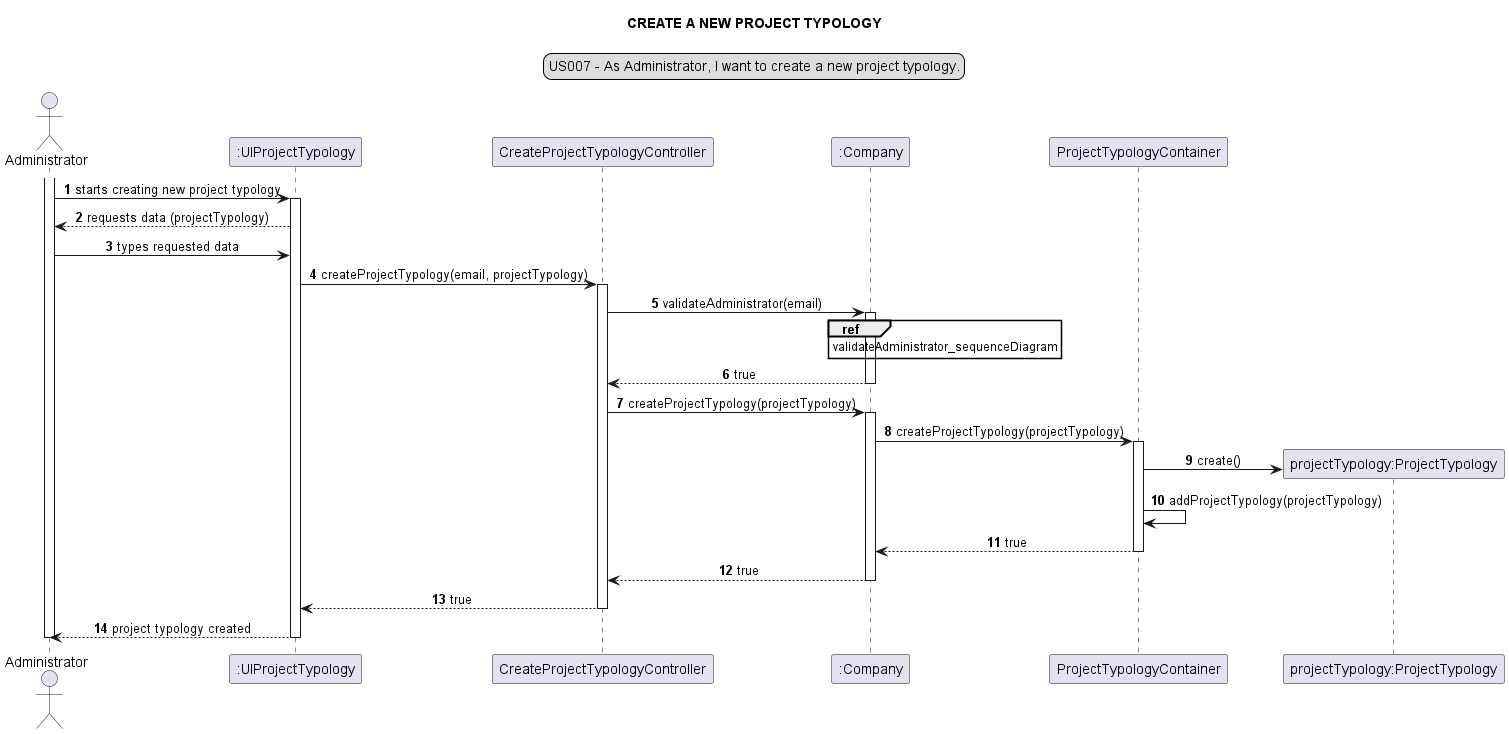
Earlier version of the PlantUML export docs/modelling_design/user_stories/sprint02/us007/US007_sequenceDiagram-CREATE_A_NEW_PROJECT_TYPOLOGY.png (Loracline/project_switch_22-23).
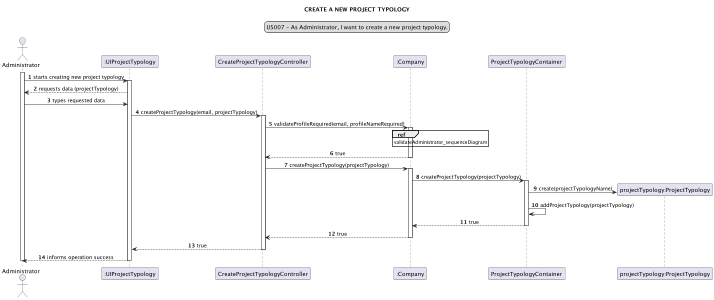
Above is the later version.

Diff of the diagram source:
```diff
@@ -16,23 +16,27 @@
 
 
 activate a
+
 a -> ui: starts creating new project typology
 activate ui
+
 ui --> a: requests data (projectTypology)
 a -> ui: types requested data
 ui -> ct: createProjectTypology(email, projectTypology)
 activate ct
-ct -> c: validateAdministrator(email)
+
+ct -> c: validateProfileRequired(email, profileNameRequired)
 activate c
 ref over c: validateAdministrator_sequenceDiagram
 c --> ct: true
 deactivate c
 ct -> c: createProjectTypology(projectTypology)
 activate c
+
 c -> ptc: createProjectTypology(projectTypology)
 activate ptc
 create pty
-ptc -> pty: create()
+ptc -> pty: create(projectTypologyName)
 ptc -> ptc: addProjectTypology(projectTypology)
 ptc --> c: true
 deactivate ptc
@@ -40,8 +44,9 @@
 deactivate c
 ct --> ui: true
 deactivate ct
-ui --> a: project typology created
+ui --> a: informs operation success
 deactivate ui
 
 deactivate a
+
 @enduml
```
